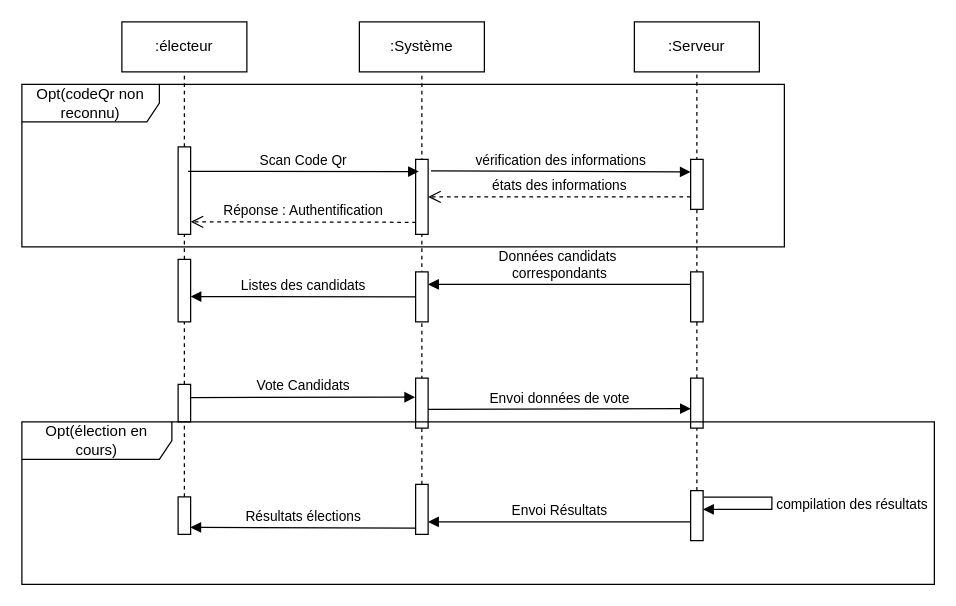
This is Modélisation et diagramme/diagramme des sequences.drawio from Josback04/MON_TFC, a draw.io file, before an edit. Source tidied: cells renumbered, new cells numbered last; positions are measured from the earlier drawing's top-left corner, leaving out a move shared by most shapes. Both pictures are drawn from the tidied source at 125%, with x=0, y=0 at pixel (21, 21).
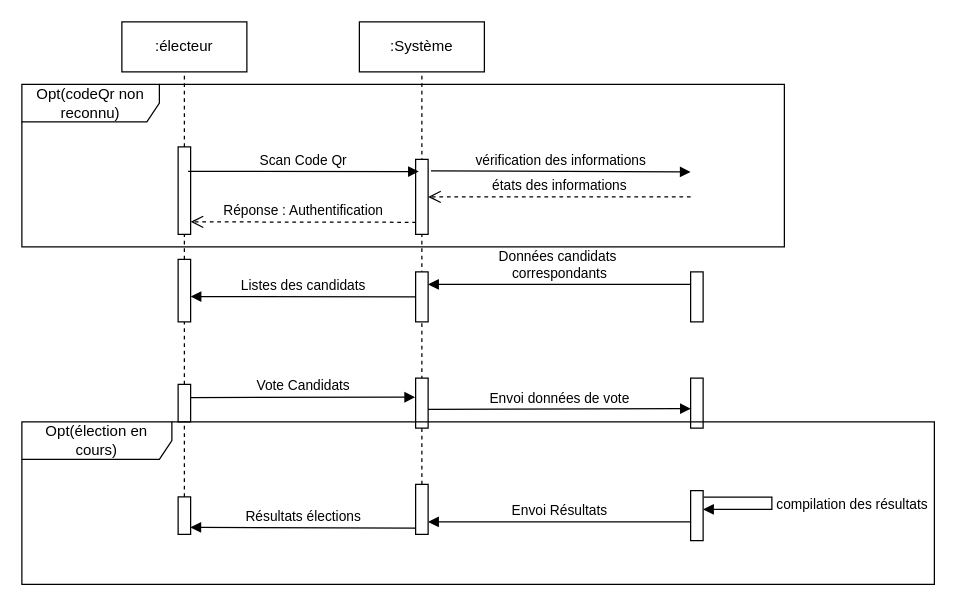
The same page after the edit.

Unchanged cells that the change refers to:
```xml
<mxCell id="11" style="rounded=0;whiteSpace=wrap;html=1;direction=south;" parent="1" vertex="1">
  <mxGeometry x="315" y="110" width="10" height="60" as="geometry" />
</mxCell>
<mxCell id="32" style="html=1;points=[];perimeter=orthogonalPerimeter;" parent="1" vertex="1">
  <mxGeometry x="535" y="375" width="10" height="40" as="geometry" />
</mxCell>
```

Diff of the diagram source:
```diff
@@
-    <mxCell id="12" style="endArrow=none;dashed=1;html=1;entryX=0.5;entryY=1;entryDx=0;entryDy=0;" parent="1" edge="1" source="32" target="13">
-      <mxGeometry relative="1" as="geometry" />
-    </mxCell>
-    <mxCell id="13" style="rounded=0;whiteSpace=wrap;html=1;" parent="1" vertex="1">
-      <mxGeometry x="490" width="100" height="40" as="geometry" />
-    </mxCell>
-    <mxCell id="14" value=":Serveur" style="text;html=1;strokeColor=none;fillColor=none;align=center;verticalAlign=middle;whiteSpace=wrap;rounded=0;" parent="1" vertex="1">
-      <mxGeometry x="520" y="10" width="40" height="20" as="geometry" />
-    </mxCell>
-    <mxCell id="15" style="rounded=0;whiteSpace=wrap;html=1;direction=south;" parent="1" vertex="1">
-      <mxGeometry x="535" y="110" width="10" height="40" as="geometry" />
-    </mxCell>
-    <mxCell id="16" value="états des informations" style="html=1;verticalAlign=bottom;endArrow=open;dashed=1;endSize=8;exitX=0.75;exitY=1;exitDx=0;exitDy=0;entryX=0.5;entryY=0;entryDx=0;entryDy=0;" parent="1" edge="1" source="15" target="11">
-      <mxGeometry relative="1" as="geometry" />
+    <mxCell id="16" value="états des informations" style="html=1;verticalAlign=bottom;endArrow=open;dashed=1;endSize=8;exitX=0.75;exitY=1;exitDx=0;exitDy=0;entryX=0.5;entryY=0;entryDx=0;entryDy=0;" parent="1" edge="1" target="11">
+      <mxGeometry relative="1" as="geometry">
+        <mxPoint x="535" y="140" as="sourcePoint" />
+      </mxGeometry>
     </mxCell>
@@
-    <mxCell id="18" value="vérification des informations" style="html=1;verticalAlign=bottom;endArrow=block;entryX=0.25;entryY=1;entryDx=0;entryDy=0;exitX=0.152;exitY=-0.229;exitDx=0;exitDy=0;exitPerimeter=0;" parent="1" edge="1" source="11" target="15">
-      <mxGeometry relative="1" as="geometry" />
+    <mxCell id="18" value="vérification des informations" style="html=1;verticalAlign=bottom;endArrow=block;entryX=0.25;entryY=1;entryDx=0;entryDy=0;exitX=0.152;exitY=-0.229;exitDx=0;exitDy=0;exitPerimeter=0;" parent="1" edge="1" source="11">
+      <mxGeometry relative="1" as="geometry">
+        <mxPoint x="535" y="120" as="targetPoint" />
+      </mxGeometry>
     </mxCell>
```
